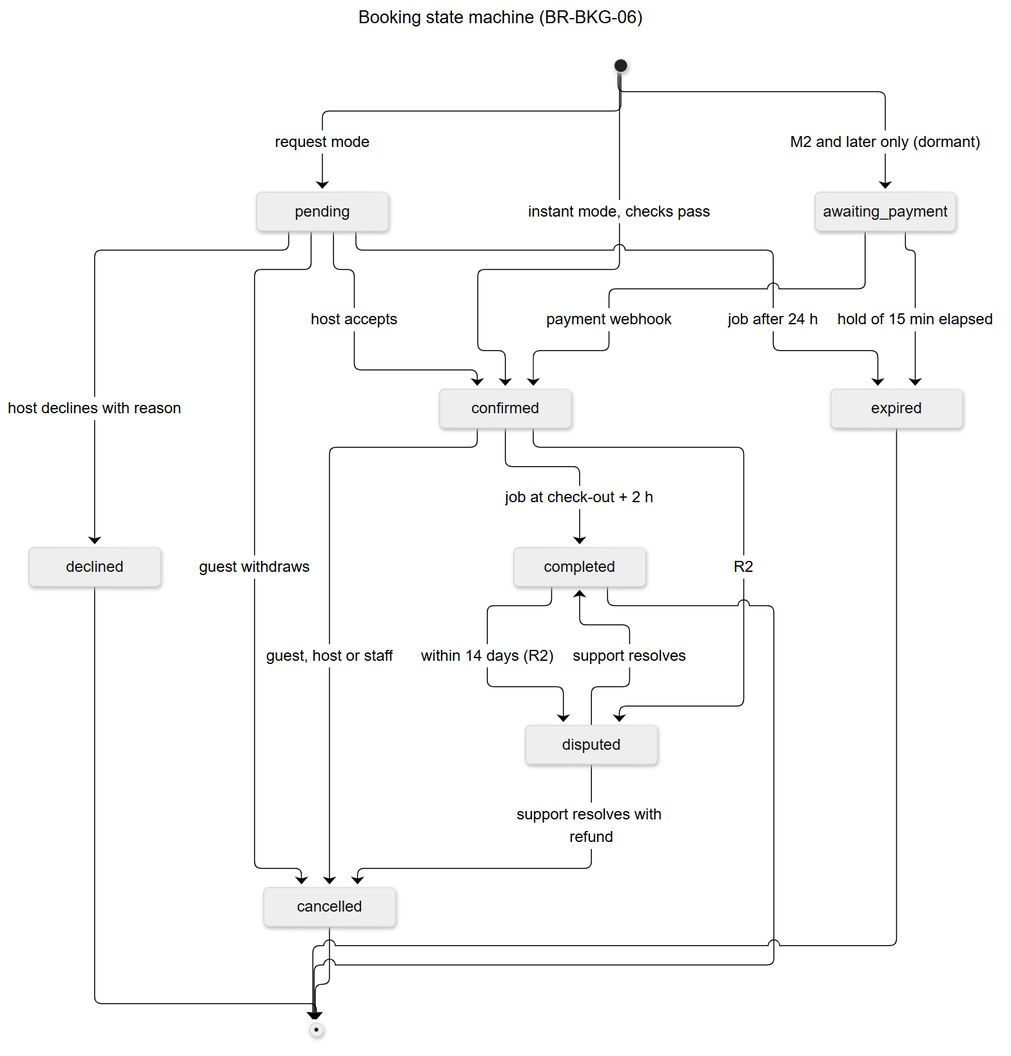
Earlier version of the Mermaid export docs/backend/diagrams/rendered/10-booking-states.png (med-amine-ok/darna). Its source is kept beside it as docs/backend/diagrams/10-booking-states.mmd.
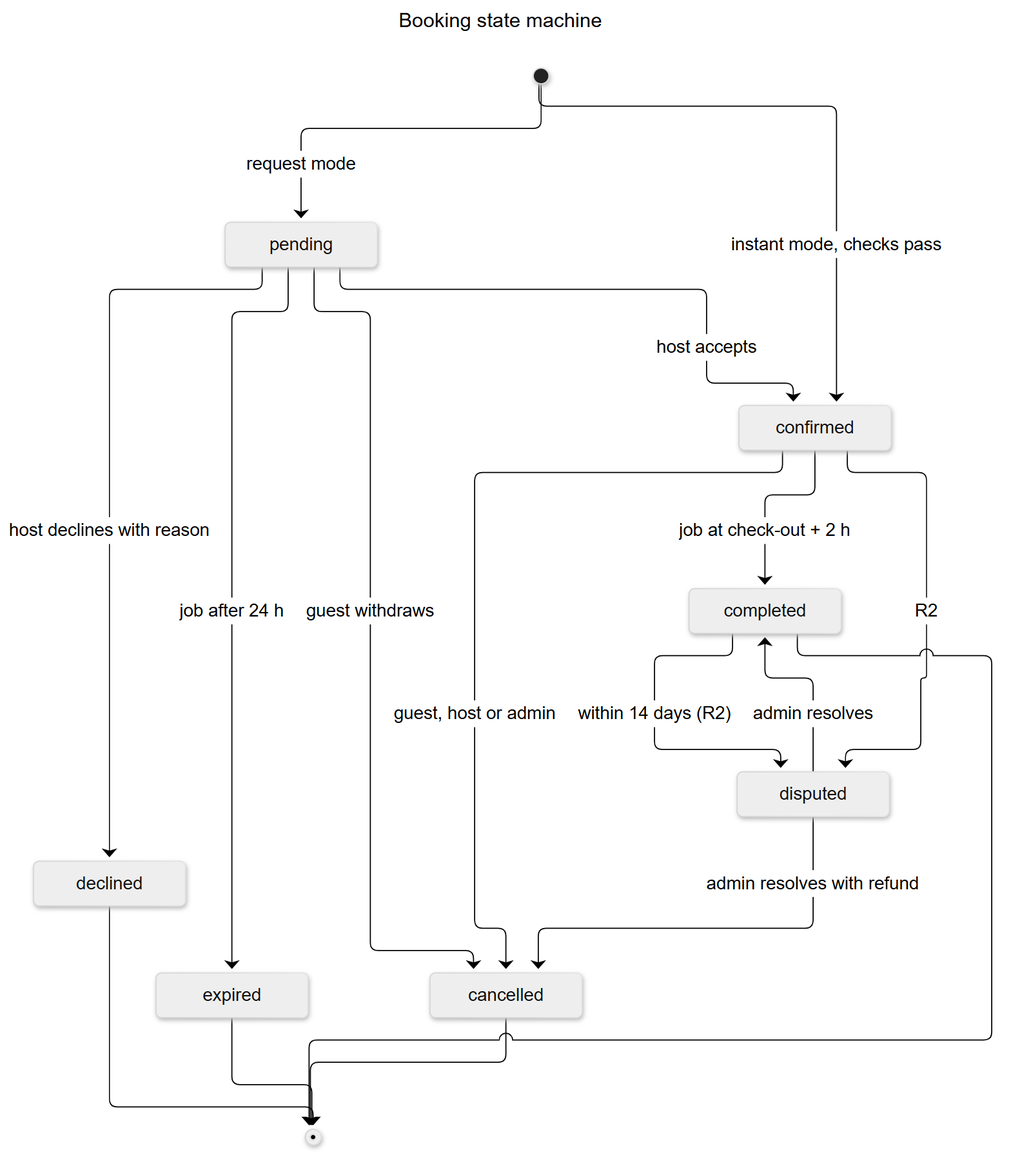
The same diagram one commit later.

What changed in the source:
```diff
@@ -1,22 +1,19 @@
 ---
-title: Booking state machine (BR-BKG-06)
+title: Booking state machine
 ---
 stateDiagram-v2
     [*] --> pending: request mode
     [*] --> confirmed: instant mode, checks pass
-    [*] --> awaiting_payment: M2 and later only (dormant)
-    awaiting_payment --> confirmed: payment webhook
-    awaiting_payment --> expired: hold of 15 min elapsed
     pending --> confirmed: host accepts
     pending --> declined: host declines with reason
     pending --> expired: job after 24 h
     pending --> cancelled: guest withdraws
-    confirmed --> cancelled: guest, host or staff
+    confirmed --> cancelled: guest, host or admin
     confirmed --> completed: job at check-out + 2 h
     confirmed --> disputed: R2
     completed --> disputed: within 14 days (R2)
-    disputed --> completed: support resolves
-    disputed --> cancelled: support resolves with refund
+    disputed --> completed: admin resolves
+    disputed --> cancelled: admin resolves with refund
     declined --> [*]
     expired --> [*]
     cancelled --> [*]
```
